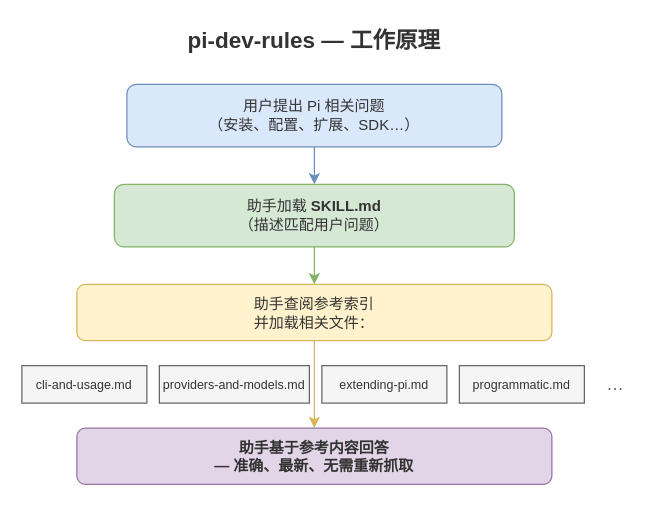
This is plugins/pi-dev-rules/skills/pi-dev-rules/assets/workflow-zh.drawio from Agents365-ai/365-skills, a draw.io file, before an edit. Source tidied: cells renumbered, new cells numbered last; positions are measured from the earlier drawing's top-left corner, leaving out a move shared by most shapes. Both pictures are drawn from the tidied source at 125%, with x=0, y=0 at pixel (21, 21).
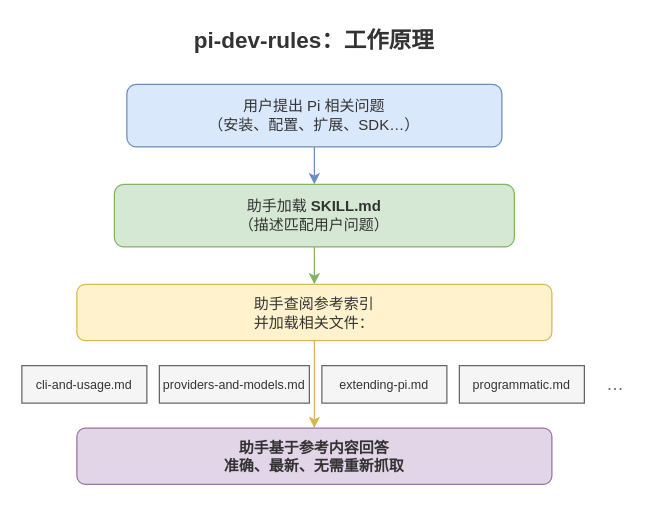
The same diagram, later.

The edit, as a diff of the source:
```diff
@@
 <mxGraphModel>
   <root>
     <mxCell id="0" />
     <mxCell id="1" parent="0" />
-    <mxCell id="2" value="pi-dev-rules — 工作原理" style="text;html=1;strokeColor=none;fillColor=none;align=center;verticalAlign=middle;whiteSpace=wrap;fontSize=18;fontStyle=1;fontColor=#333333;" parent="1" vertex="1">
+    <mxCell id="2" value="pi-dev-rules：工作原理" style="text;html=1;strokeColor=none;fillColor=none;align=center;verticalAlign=middle;whiteSpace=wrap;fontSize=18;fontStyle=1;fontColor=#333333;" parent="1" vertex="1">
       <mxGeometry x="34" width="400" height="30" as="geometry" />
     </mxCell>
     <mxCell id="3" value="用户提出 Pi 相关问题&lt;br&gt;（安装、配置、扩展、SDK…）" style="rounded=1;whiteSpace=wrap;html=1;fillColor=#dae8fc;strokeColor=#6c8ebf;fontSize=12;fontColor=#333333;" parent="1" vertex="1">
       <mxGeometry x="84" y="50" width="300" height="50" as="geometry" />
     </mxCell>
     <mxCell id="4" style="edgeStyle=orthogonalEdgeStyle;rounded=0;jettySize=auto;html=1;strokeColor=#6c8ebf;" parent="1" edge="1" source="3" target="5">
       <mxGeometry relative="1" as="geometry" />
     </mxCell>
     <mxCell id="5" value="助手加载 &lt;b&gt;SKILL.md&lt;/b&gt;&lt;br&gt;（描述匹配用户问题）" style="rounded=1;whiteSpace=wrap;html=1;fillColor=#d5e8d4;strokeColor=#82b366;fontSize=12;fontColor=#333333;" parent="1" vertex="1">
       <mxGeometry x="74" y="130" width="320" height="50" as="geometry" />
     </mxCell>
     <mxCell id="6" style="edgeStyle=orthogonalEdgeStyle;rounded=0;jettySize=auto;html=1;strokeColor=#82b366;" parent="1" edge="1" source="5" target="7">
       <mxGeometry relative="1" as="geometry" />
     </mxCell>
     <mxCell id="7" value="助手查阅参考索引&lt;br&gt;并加载相关文件：" style="rounded=1;whiteSpace=wrap;html=1;fillColor=#fff2cc;strokeColor=#d6b656;fontSize=12;fontColor=#333333;" parent="1" vertex="1">
       <mxGeometry x="44" y="210" width="380" height="45" as="geometry" />
     </mxCell>
     <mxCell id="8" value="cli-and-usage.md" style="rounded=0;whiteSpace=wrap;html=1;fillColor=#f5f5f5;strokeColor=#666666;fontSize=10;fontColor=#333333;" parent="1" vertex="1">
       <mxGeometry y="275" width="100" height="30" as="geometry" />
     </mxCell>
     <mxCell id="9" value="providers-and-models.md" style="rounded=0;whiteSpace=wrap;html=1;fillColor=#f5f5f5;strokeColor=#666666;fontSize=10;fontColor=#333333;" parent="1" vertex="1">
       <mxGeometry x="110" y="275" width="120" height="30" as="geometry" />
     </mxCell>
     <mxCell id="10" value="extending-pi.md" style="rounded=0;whiteSpace=wrap;html=1;fillColor=#f5f5f5;strokeColor=#666666;fontSize=10;fontColor=#333333;" parent="1" vertex="1">
       <mxGeometry x="240" y="275" width="100" height="30" as="geometry" />
     </mxCell>
     <mxCell id="11" value="programmatic.md" style="rounded=0;whiteSpace=wrap;html=1;fillColor=#f5f5f5;strokeColor=#666666;fontSize=10;fontColor=#333333;" parent="1" vertex="1">
       <mxGeometry x="350" y="275" width="100" height="30" as="geometry" />
     </mxCell>
     <mxCell id="12" value="…" style="text;html=1;strokeColor=none;fillColor=none;align=center;verticalAlign=middle;whiteSpace=wrap;fontSize=14;fontColor=#666666;" parent="1" vertex="1">
       <mxGeometry x="460" y="275" width="30" height="30" as="geometry" />
     </mxCell>
     <mxCell id="13" style="edgeStyle=orthogonalEdgeStyle;rounded=0;jettySize=auto;html=1;strokeColor=#d6b656;" parent="1" edge="1" source="7" target="14">
       <mxGeometry relative="1" as="geometry" />
     </mxCell>
-    <mxCell id="14" value="助手基于参考内容回答&lt;br&gt;— 准确、最新、无需重新抓取" style="rounded=1;whiteSpace=wrap;html=1;fillColor=#e1d5e7;strokeColor=#9673a6;fontSize=12;fontColor=#333333;fontStyle=1;" parent="1" vertex="1">
+    <mxCell id="14" value="助手基于参考内容回答&lt;br&gt;准确、最新、无需重新抓取" style="rounded=1;whiteSpace=wrap;html=1;fillColor=#e1d5e7;strokeColor=#9673a6;fontSize=12;fontColor=#333333;fontStyle=1;" parent="1" vertex="1">
       <mxGeometry x="44" y="325" width="380" height="45" as="geometry" />
     </mxCell>
   </root>
 </mxGraphModel>
```
